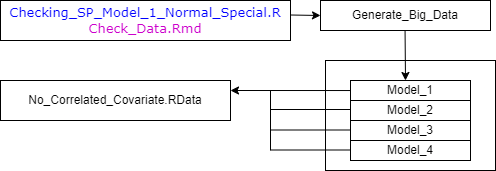
Earlier version of the draw.io export Images/Generate_Big_Data.png (Amalan-ConStat/RS_OS_MROS_LR_Two_Var_Normal_Alpha). Source tidied: cells renumbered, new cells last; positions are measured from the earlier drawing's top-left corner, leaving out a move shared by most shapes.
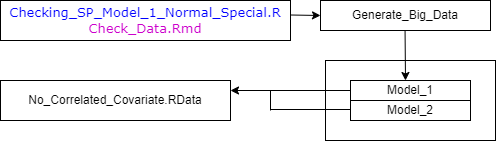
The same diagram one commit later.

Diff of the diagram source:
```diff
@@ -6,20 +6,14 @@
       <mxGeometry x="320" width="170" height="30" as="geometry" />
     </mxCell>
     <mxCell id="3" style="rounded=0;whiteSpace=wrap;html=1;" parent="1" vertex="1">
-      <mxGeometry x="325" y="60" width="170" height="110" as="geometry" />
+      <mxGeometry x="325" y="60" width="170" height="80" as="geometry" />
     </mxCell>
     <mxCell id="4" value="Model_1" style="rounded=0;whiteSpace=wrap;html=1;" parent="1" vertex="1">
       <mxGeometry x="350" y="80" width="120" height="20" as="geometry" />
     </mxCell>
-    <mxCell id="5" style="edgeStyle=orthogonalEdgeStyle;rounded=0;jettySize=auto;html=1;fontFamily=Verdana;fontSize=13;fontColor=#CC00CC;" parent="1" edge="1" source="6" target="11">
-      <mxGeometry relative="1" as="geometry" />
-    </mxCell>
     <mxCell id="6" value="Model_2" style="rounded=0;whiteSpace=wrap;html=1;" parent="1" vertex="1">
       <mxGeometry x="350" y="100" width="120" height="20" as="geometry" />
     </mxCell>
-    <mxCell id="7" value="Model_3" style="rounded=0;whiteSpace=wrap;html=1;" parent="1" vertex="1">
-      <mxGeometry x="350" y="120" width="120" height="20" as="geometry" />
-    </mxCell>
     <mxCell id="8" value="No_Correlated_Covariate.RData" style="rounded=0;whiteSpace=wrap;html=1;" parent="1" vertex="1">
       <mxGeometry y="80" width="230" height="40" as="geometry" />
     </mxCell>
@@ -32,9 +26,6 @@
         <mxPoint x="320" y="15" as="targetPoint" />
       </mxGeometry>
     </mxCell>
-    <mxCell id="11" value="Model_4" style="rounded=0;whiteSpace=wrap;html=1;" parent="1" vertex="1">
-      <mxGeometry x="350" y="140" width="120" height="20" as="geometry" />
-    </mxCell>
     <mxCell id="12" style="endArrow=classic;html=1;rounded=0;fontFamily=Verdana;fontSize=13;fontColor=#CC00CC;exitX=0.414;exitY=1;exitDx=0;exitDy=0;exitPerimeter=0;" parent="1" edge="1">
       <mxGeometry relative="1" as="geometry">
         <mxPoint x="404.6" y="30" as="sourcePoint" />
@@ -47,26 +38,14 @@
         <mxPoint x="350" y="109" as="targetPoint" />
       </mxGeometry>
     </mxCell>
-    <mxCell id="14" style="endArrow=none;html=1;rounded=0;fontFamily=Verdana;fontSize=13;fontColor=#CC00CC;" parent="1" edge="1">
-      <mxGeometry relative="1" as="geometry">
-        <mxPoint x="270" y="129.5" as="sourcePoint" />
-        <mxPoint x="350" y="129.5" as="targetPoint" />
-      </mxGeometry>
-    </mxCell>
-    <mxCell id="15" style="endArrow=none;html=1;rounded=0;fontFamily=Verdana;fontSize=13;fontColor=#CC00CC;" parent="1" edge="1">
-      <mxGeometry relative="1" as="geometry">
-        <mxPoint x="270" y="149.5" as="sourcePoint" />
-        <mxPoint x="350" y="149.5" as="targetPoint" />
-      </mxGeometry>
-    </mxCell>
-    <mxCell id="16" style="endArrow=classic;html=1;rounded=0;fontFamily=Verdana;fontSize=13;fontColor=#CC00CC;exitX=0.147;exitY=0.273;exitDx=0;exitDy=0;exitPerimeter=0;" parent="1" edge="1" source="3">
+    <mxCell id="16" style="endArrow=classic;html=1;rounded=0;fontFamily=Verdana;fontSize=13;fontColor=#CC00CC;exitX=0;exitY=0.5;exitDx=0;exitDy=0;" parent="1" edge="1" source="4">
       <mxGeometry relative="1" as="geometry">
         <mxPoint x="230" y="90" as="targetPoint" />
       </mxGeometry>
     </mxCell>
     <mxCell id="17" style="endArrow=none;html=1;rounded=0;fontFamily=Verdana;fontSize=13;fontColor=#CC00CC;" parent="1" edge="1">
       <mxGeometry relative="1" as="geometry">
-        <mxPoint x="270" y="150" as="sourcePoint" />
+        <mxPoint x="270" y="110" as="sourcePoint" />
         <mxPoint x="270" y="90" as="targetPoint" />
       </mxGeometry>
     </mxCell>
```
